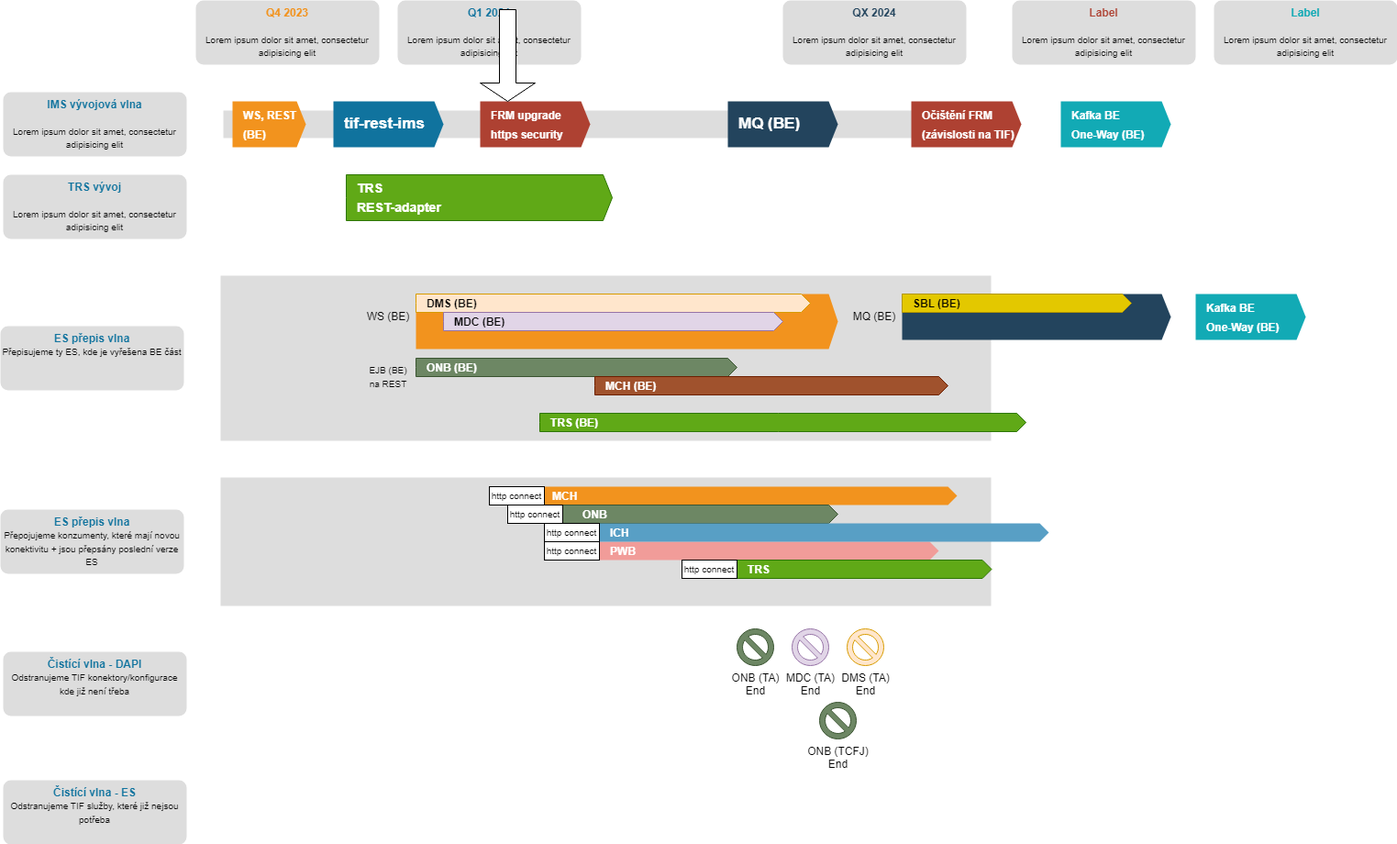
This is tifexit_1.drawio.png from MichalHasekRB/my-Diagrams, a draw.io export, as it was before one commit. Source tidied: cells renumbered, new cells last; positions are measured from the earlier drawing's top-left corner, leaving out a move shared by most shapes. Its diagram source:
```xml
<mxGraphModel>
  <root>
    <mxCell id="0" />
    <mxCell id="1" parent="0" />
    <mxCell id="2" style="fillColor=#dddddd;rounded=0;strokeColor=none;" parent="1" vertex="1">
      <mxGeometry x="243" y="120" width="840" height="30" as="geometry" />
    </mxCell>
    <mxCell id="3" value="tif-rest-ims" style="shape=mxgraph.infographic.ribbonSimple;notch1=0;notch2=10;notch=0;html=1;fillColor=#10739E;strokeColor=none;shadow=0;fontSize=17;fontColor=#FFFFFF;align=left;spacingLeft=10;fontStyle=1;whiteSpace=wrap;" parent="1" vertex="1">
      <mxGeometry x="363" y="110" width="120" height="50" as="geometry" />
    </mxCell>
    <mxCell id="4" value="&lt;font style=&quot;font-size: 12px;&quot;&gt;WS, REST &lt;br&gt;(BE)&lt;/font&gt;" style="shape=mxgraph.infographic.ribbonSimple;notch1=0;notch2=10;notch=0;html=1;fillColor=#F2931E;strokeColor=none;shadow=0;fontSize=17;fontColor=#FFFFFF;align=left;spacingLeft=10;fontStyle=1;whiteSpace=wrap;" parent="1" vertex="1">
      <mxGeometry x="253" y="110" width="80" height="50" as="geometry" />
    </mxCell>
    <mxCell id="5" value="&lt;font style=&quot;font-size: 12px;&quot;&gt;FRM upgrade&lt;br&gt;https security&lt;br&gt;&lt;/font&gt;" style="shape=mxgraph.infographic.ribbonSimple;notch1=0;notch2=10;notch=0;html=1;fillColor=#AE4132;strokeColor=none;shadow=0;fontSize=17;fontColor=#FFFFFF;align=left;spacingLeft=10;fontStyle=1;whiteSpace=wrap;" parent="1" vertex="1">
      <mxGeometry x="523" y="110" width="120" height="50" as="geometry" />
    </mxCell>
    <mxCell id="6" value="MQ (BE)" style="shape=mxgraph.infographic.ribbonSimple;notch1=0;notch2=10;notch=0;html=1;fillColor=#23445D;strokeColor=none;shadow=0;fontSize=17;fontColor=#FFFFFF;align=left;spacingLeft=10;fontStyle=1;whiteSpace=wrap;" parent="1" vertex="1">
      <mxGeometry x="793" y="110" width="120" height="50" as="geometry" />
    </mxCell>
    <mxCell id="7" value="&lt;font style=&quot;font-size: 12px;&quot;&gt;Kafka BE&lt;br&gt;One-Way (BE)&lt;br&gt;&lt;/font&gt;" style="shape=mxgraph.infographic.ribbonSimple;notch1=0;notch2=10;notch=0;html=1;fillColor=#12AAB5;strokeColor=none;shadow=0;fontSize=17;fontColor=#FFFFFF;align=left;spacingLeft=10;fontStyle=1;whiteSpace=wrap;" parent="1" vertex="1">
      <mxGeometry x="1156" y="110" width="120" height="50" as="geometry" />
    </mxCell>
    <mxCell id="8" value="&lt;font style=&quot;font-size: 10px&quot;&gt;&lt;font style=&quot;font-size: 12px&quot; color=&quot;#10739E&quot;&gt;&lt;b&gt;Q1 2024&lt;/b&gt;&lt;/font&gt;&lt;br&gt;&lt;br&gt;&lt;font size=&quot;1&quot;&gt;Lorem ipsum dolor sit amet, consectetur adipisicing elit&lt;/font&gt;&lt;/font&gt;" style="rounded=1;strokeColor=none;fillColor=#DDDDDD;align=center;arcSize=12;verticalAlign=top;whiteSpace=wrap;html=1;fontSize=12;" parent="1" vertex="1">
      <mxGeometry x="433" width="200" height="70" as="geometry" />
    </mxCell>
    <mxCell id="9" value="&lt;font style=&quot;font-size: 10px&quot;&gt;&lt;font style=&quot;font-size: 12px&quot; color=&quot;#F2931E&quot;&gt;&lt;b&gt;Q4 2023&lt;/b&gt;&lt;/font&gt;&lt;br&gt;&lt;br&gt;&lt;font size=&quot;1&quot;&gt;Lorem ipsum dolor sit amet, consectetur adipisicing elit&lt;/font&gt;&lt;/font&gt;" style="rounded=1;strokeColor=none;fillColor=#DDDDDD;align=center;arcSize=12;verticalAlign=top;whiteSpace=wrap;html=1;fontSize=12;" parent="1" vertex="1">
      <mxGeometry x="213" width="200" height="70" as="geometry" />
    </mxCell>
    <mxCell id="10" value="&lt;font style=&quot;font-size: 10px&quot;&gt;&lt;font style=&quot;font-size: 12px&quot; color=&quot;#AE4132&quot;&gt;&lt;b&gt;Label&lt;/b&gt;&lt;/font&gt;&lt;br&gt;&lt;br&gt;&lt;font size=&quot;1&quot;&gt;Lorem ipsum dolor sit amet, consectetur adipisicing elit&lt;/font&gt;&lt;/font&gt;" style="rounded=1;strokeColor=none;fillColor=#DDDDDD;align=center;arcSize=12;verticalAlign=top;whiteSpace=wrap;html=1;fontSize=12;" parent="1" vertex="1">
      <mxGeometry x="1103" width="200" height="70" as="geometry" />
    </mxCell>
    <mxCell id="11" value="&lt;font style=&quot;font-size: 10px&quot;&gt;&lt;font style=&quot;font-size: 12px&quot; color=&quot;#23445D&quot;&gt;&lt;b&gt;QX 2024&lt;/b&gt;&lt;/font&gt;&lt;br&gt;&lt;br&gt;&lt;font size=&quot;1&quot;&gt;Lorem ipsum dolor sit amet, consectetur adipisicing elit&lt;/font&gt;&lt;/font&gt;" style="rounded=1;strokeColor=none;fillColor=#DDDDDD;align=center;arcSize=12;verticalAlign=top;whiteSpace=wrap;html=1;fontSize=12;" parent="1" vertex="1">
      <mxGeometry x="853" width="200" height="70" as="geometry" />
    </mxCell>
    <mxCell id="12" value="&lt;font style=&quot;font-size: 10px&quot;&gt;&lt;font style=&quot;font-size: 12px&quot; color=&quot;#12AAB5&quot;&gt;&lt;b&gt;Label&lt;/b&gt;&lt;/font&gt;&lt;br&gt;&lt;br&gt;&lt;font size=&quot;1&quot;&gt;Lorem ipsum dolor sit amet, consectetur adipisicing elit&lt;/font&gt;&lt;/font&gt;" style="rounded=1;strokeColor=none;fillColor=#DDDDDD;align=center;arcSize=12;verticalAlign=top;whiteSpace=wrap;html=1;fontSize=12;" parent="1" vertex="1">
      <mxGeometry x="1323" width="200" height="70" as="geometry" />
    </mxCell>
    <mxCell id="13" value="&lt;font style=&quot;font-size: 10px&quot;&gt;&lt;font style=&quot;font-size: 12px&quot; color=&quot;#10739E&quot;&gt;&lt;b&gt;IMS vývojová vlna&lt;/b&gt;&lt;/font&gt;&lt;br&gt;&lt;br&gt;&lt;font size=&quot;1&quot;&gt;Lorem ipsum dolor sit amet, consectetur adipisicing elit&lt;/font&gt;&lt;/font&gt;" style="rounded=1;strokeColor=none;fillColor=#DDDDDD;align=center;arcSize=12;verticalAlign=top;whiteSpace=wrap;html=1;fontSize=12;" parent="1" vertex="1">
      <mxGeometry x="3" y="100" width="200" height="70" as="geometry" />
    </mxCell>
    <mxCell id="14" style="fillColor=#dddddd;rounded=0;strokeColor=none;" parent="1" vertex="1">
      <mxGeometry x="240" y="300" width="840" height="180" as="geometry" />
    </mxCell>
    <mxCell id="15" value="&lt;font style=&quot;font-size: 14px;&quot;&gt;TRS&lt;br&gt;REST-adapter&lt;/font&gt;" style="shape=mxgraph.infographic.ribbonSimple;notch1=0;notch2=10;notch=0;html=1;fillColor=#60a917;strokeColor=#2D7600;shadow=0;fontSize=17;fontColor=#ffffff;align=left;spacingLeft=10;fontStyle=1;whiteSpace=wrap;" parent="1" vertex="1">
      <mxGeometry x="377" y="190" width="290" height="50" as="geometry" />
    </mxCell>
    <mxCell id="16" style="shape=mxgraph.infographic.ribbonSimple;notch1=0;notch2=10;notch=0;html=1;fillColor=#F2931E;strokeColor=none;shadow=0;fontSize=17;fontColor=#FFFFFF;align=left;spacingLeft=10;fontStyle=1;whiteSpace=wrap;" parent="1" vertex="1">
      <mxGeometry x="453" y="320" width="460" height="60" as="geometry" />
    </mxCell>
    <mxCell id="17" style="shape=mxgraph.infographic.ribbonSimple;notch1=0;notch2=10;notch=0;html=1;fillColor=#23445D;strokeColor=none;shadow=0;fontSize=17;fontColor=#FFFFFF;align=left;spacingLeft=10;fontStyle=1;whiteSpace=wrap;" parent="1" vertex="1">
      <mxGeometry x="983" y="320" width="293" height="50" as="geometry" />
    </mxCell>
    <mxCell id="18" value="&lt;font style=&quot;font-size: 12px;&quot;&gt;Kafka BE&lt;br&gt;One-Way (BE)&lt;br&gt;&lt;/font&gt;" style="shape=mxgraph.infographic.ribbonSimple;notch1=0;notch2=10;notch=0;html=1;fillColor=#12AAB5;strokeColor=none;shadow=0;fontSize=17;fontColor=#FFFFFF;align=left;spacingLeft=10;fontStyle=1;whiteSpace=wrap;" parent="1" vertex="1">
      <mxGeometry x="1303" y="320" width="120" height="50" as="geometry" />
    </mxCell>
    <mxCell id="19" value="&lt;font style=&quot;&quot;&gt;&lt;font color=&quot;#10739e&quot;&gt;&lt;b&gt;ES přepis vlna&lt;/b&gt;&lt;/font&gt;&lt;br&gt;&lt;font style=&quot;font-size: 10px;&quot; size=&quot;1&quot;&gt;Přepisujeme ty ES, kde je vyřešena BE část&lt;/font&gt;&lt;/font&gt;" style="rounded=1;strokeColor=none;fillColor=#DDDDDD;align=center;arcSize=12;verticalAlign=top;whiteSpace=wrap;html=1;fontSize=12;" parent="1" vertex="1">
      <mxGeometry y="355" width="200" height="70" as="geometry" />
    </mxCell>
    <mxCell id="20" style="fillColor=#dddddd;rounded=0;strokeColor=none;" parent="1" vertex="1">
      <mxGeometry x="240" y="520" width="840" height="140" as="geometry" />
    </mxCell>
    <mxCell id="21" value="&lt;font style=&quot;&quot;&gt;&lt;font color=&quot;#10739e&quot;&gt;&lt;b&gt;ES přepis vlna&lt;/b&gt;&lt;/font&gt;&lt;br&gt;&lt;span style=&quot;font-size: 10px;&quot;&gt;Přepojujeme konzumenty, které mají novou konektivitu + jsou přepsány poslední verze ES&lt;/span&gt;&lt;br&gt;&lt;/font&gt;" style="rounded=1;strokeColor=none;fillColor=#DDDDDD;align=center;arcSize=12;verticalAlign=top;whiteSpace=wrap;html=1;fontSize=12;" parent="1" vertex="1">
      <mxGeometry y="555" width="200" height="70" as="geometry" />
    </mxCell>
    <mxCell id="22" value="&lt;font style=&quot;&quot;&gt;&lt;font color=&quot;#10739e&quot;&gt;&lt;b&gt;Čistící vlna - DAPI&lt;/b&gt;&lt;/font&gt;&lt;br&gt;&lt;span style=&quot;font-size: 10px;&quot;&gt;Odstranujeme TIF konektory/konfigurace kde již není třeba&lt;/span&gt;&lt;br&gt;&lt;/font&gt;" style="rounded=1;strokeColor=none;fillColor=#DDDDDD;align=center;arcSize=12;verticalAlign=top;whiteSpace=wrap;html=1;fontSize=12;" parent="1" vertex="1">
      <mxGeometry x="3" y="710" width="200" height="70" as="geometry" />
    </mxCell>
    <mxCell id="23" value="&lt;font style=&quot;&quot;&gt;&lt;font color=&quot;#10739e&quot;&gt;&lt;b&gt;Čistící vlna - ES&lt;/b&gt;&lt;/font&gt;&lt;br&gt;&lt;span style=&quot;font-size: 10px;&quot;&gt;Odstranujeme TIF služby, které již nejsou potřeba&lt;/span&gt;&lt;br&gt;&lt;/font&gt;" style="rounded=1;strokeColor=none;fillColor=#DDDDDD;align=center;arcSize=12;verticalAlign=top;whiteSpace=wrap;html=1;fontSize=12;" parent="1" vertex="1">
      <mxGeometry x="3" y="850" width="200" height="70" as="geometry" />
    </mxCell>
    <mxCell id="24" value="&lt;font style=&quot;font-size: 12px;&quot;&gt;Očištění FRM&lt;br&gt;(závislosti na TIF)&lt;br&gt;&lt;/font&gt;" style="shape=mxgraph.infographic.ribbonSimple;notch1=0;notch2=10;notch=0;html=1;fillColor=#AE4132;strokeColor=none;shadow=0;fontSize=17;fontColor=#FFFFFF;align=left;spacingLeft=10;fontStyle=1;whiteSpace=wrap;" parent="1" vertex="1">
      <mxGeometry x="993" y="110" width="120" height="50" as="geometry" />
    </mxCell>
    <mxCell id="25" value="&lt;font style=&quot;&quot;&gt;&lt;font color=&quot;#10739e&quot;&gt;&lt;b&gt;TRS vývoj&lt;/b&gt;&lt;/font&gt;&lt;br&gt;&lt;br&gt;&lt;font style=&quot;font-size: 10px;&quot; size=&quot;1&quot;&gt;Lorem ipsum dolor sit amet, consectetur adipisicing elit&lt;/font&gt;&lt;/font&gt;" style="rounded=1;strokeColor=none;fillColor=#DDDDDD;align=center;arcSize=12;verticalAlign=top;whiteSpace=wrap;html=1;fontSize=12;" parent="1" vertex="1">
      <mxGeometry x="3" y="190" width="200" height="70" as="geometry" />
    </mxCell>
    <mxCell id="26" value="WS (BE)" style="text;html=1;strokeColor=none;fillColor=none;align=center;verticalAlign=middle;whiteSpace=wrap;rounded=0;" parent="1" vertex="1">
      <mxGeometry x="393" y="330" width="60" height="30" as="geometry" />
    </mxCell>
    <mxCell id="27" value="&lt;span style=&quot;font-size: 12px;&quot;&gt;DMS (BE)&lt;/span&gt;" style="shape=mxgraph.infographic.ribbonSimple;notch1=0;notch2=10;notch=0;html=1;fillColor=#ffe6cc;strokeColor=#d79b00;shadow=0;fontSize=17;align=left;spacingLeft=10;fontStyle=1;whiteSpace=wrap;" parent="1" vertex="1">
      <mxGeometry x="453" y="320" width="430" height="20" as="geometry" />
    </mxCell>
    <mxCell id="28" value="&lt;span style=&quot;font-size: 12px;&quot;&gt;MDC (BE)&lt;/span&gt;" style="shape=mxgraph.infographic.ribbonSimple;notch1=0;notch2=10;notch=0;html=1;shadow=0;fontSize=17;align=left;spacingLeft=10;fontStyle=1;whiteSpace=wrap;fillColor=#e1d5e7;strokeColor=#9673a6;" parent="1" vertex="1">
      <mxGeometry x="483" y="340" width="370" height="20" as="geometry" />
    </mxCell>
    <mxCell id="29" value="&lt;span style=&quot;font-size: 12px;&quot;&gt;SBL (BE)&lt;/span&gt;" style="shape=mxgraph.infographic.ribbonSimple;notch1=0;notch2=10;notch=0;html=1;fillColor=#e3c800;strokeColor=#B09500;shadow=0;fontSize=17;fontColor=#000000;align=left;spacingLeft=10;fontStyle=1;whiteSpace=wrap;" parent="1" vertex="1">
      <mxGeometry x="983" y="320" width="250" height="20" as="geometry" />
    </mxCell>
    <mxCell id="30" value="&lt;span style=&quot;font-size: 12px;&quot;&gt;ONB (BE)&lt;/span&gt;" style="shape=mxgraph.infographic.ribbonSimple;notch1=0;notch2=10;notch=0;html=1;fillColor=#6d8764;strokeColor=#3A5431;shadow=0;fontSize=17;fontColor=#ffffff;align=left;spacingLeft=10;fontStyle=1;whiteSpace=wrap;" parent="1" vertex="1">
      <mxGeometry x="453" y="390" width="350" height="20" as="geometry" />
    </mxCell>
    <mxCell id="31" value="&lt;span style=&quot;font-size: 12px;&quot;&gt;TRS (BE)&lt;/span&gt;" style="shape=mxgraph.infographic.ribbonSimple;notch1=0;notch2=10;notch=0;html=1;fillColor=#60a917;strokeColor=#2D7600;shadow=0;fontSize=17;align=left;spacingLeft=10;fontStyle=1;whiteSpace=wrap;fontColor=#ffffff;" parent="1" vertex="1">
      <mxGeometry x="588" y="450" width="530" height="20" as="geometry" />
    </mxCell>
    <mxCell id="32" value="&lt;font style=&quot;font-size: 10px;&quot;&gt;EJB (BE)&lt;br&gt;na REST&lt;/font&gt;" style="text;html=1;strokeColor=none;fillColor=none;align=center;verticalAlign=middle;whiteSpace=wrap;rounded=0;" parent="1" vertex="1">
      <mxGeometry x="393" y="395" width="60" height="30" as="geometry" />
    </mxCell>
    <mxCell id="33" value="MQ (BE)" style="text;html=1;strokeColor=none;fillColor=none;align=center;verticalAlign=middle;whiteSpace=wrap;rounded=0;" parent="1" vertex="1">
      <mxGeometry x="923" y="330" width="60" height="30" as="geometry" />
    </mxCell>
    <mxCell id="34" value="&lt;span style=&quot;font-size: 12px;&quot;&gt;MCH&lt;/span&gt;" style="shape=mxgraph.infographic.ribbonSimple;notch1=0;notch2=10;notch=0;html=1;fillColor=#F2931E;strokeColor=none;shadow=0;fontSize=17;fontColor=#FFFFFF;align=left;spacingLeft=10;fontStyle=1;whiteSpace=wrap;" parent="1" vertex="1">
      <mxGeometry x="589.8" y="530" width="453.3" height="20" as="geometry" />
    </mxCell>
    <mxCell id="35" value="&lt;span style=&quot;font-size: 12px;&quot;&gt;&amp;nbsp; &amp;nbsp;ONB&lt;/span&gt;" style="shape=mxgraph.infographic.ribbonSimple;notch1=0;notch2=10;notch=0;html=1;fillColor=#6d8764;strokeColor=#3A5431;shadow=0;fontSize=17;fontColor=#ffffff;align=left;spacingLeft=10;fontStyle=1;whiteSpace=wrap;" parent="1" vertex="1">
      <mxGeometry x="613" y="550" width="300" height="20" as="geometry" />
    </mxCell>
    <mxCell id="36" value="&lt;span style=&quot;font-size: 12px;&quot;&gt;PWB&lt;/span&gt;" style="shape=mxgraph.infographic.ribbonSimple;notch1=0;notch2=10;notch=0;html=1;fillColor=#F19C99;strokeColor=none;shadow=0;fontSize=17;fontColor=#FFFFFF;align=left;spacingLeft=10;fontStyle=1;whiteSpace=wrap;" parent="1" vertex="1">
      <mxGeometry x="653" y="590" width="370" height="20" as="geometry" />
    </mxCell>
    <mxCell id="37" value="&lt;span style=&quot;font-size: 12px;&quot;&gt;ICH&lt;/span&gt;" style="shape=mxgraph.infographic.ribbonSimple;notch1=0;notch2=10;notch=0;html=1;fillColor=#589fc5;strokeColor=none;shadow=0;fontSize=17;fontColor=#FFFFFF;align=left;spacingLeft=10;fontStyle=1;whiteSpace=wrap;" parent="1" vertex="1">
      <mxGeometry x="653" y="570" width="490" height="20" as="geometry" />
    </mxCell>
    <mxCell id="38" value="&lt;span style=&quot;font-size: 12px;&quot;&gt;TRS&lt;/span&gt;" style="shape=mxgraph.infographic.ribbonSimple;notch1=0;notch2=10;notch=0;html=1;fillColor=#60a917;strokeColor=#2D7600;shadow=0;fontSize=17;align=left;spacingLeft=10;fontStyle=1;whiteSpace=wrap;fontColor=#ffffff;" parent="1" vertex="1">
      <mxGeometry x="803" y="610" width="277.5" height="20" as="geometry" />
    </mxCell>
    <mxCell id="39" value="&lt;font style=&quot;font-size: 10px;&quot;&gt;http connect&lt;/font&gt;" style="rounded=0;whiteSpace=wrap;html=1;" parent="1" vertex="1">
      <mxGeometry x="533" y="530" width="60" height="20" as="geometry" />
    </mxCell>
    <mxCell id="40" value="&lt;font style=&quot;font-size: 10px;&quot;&gt;http connect&lt;/font&gt;" style="rounded=0;whiteSpace=wrap;html=1;" parent="1" vertex="1">
      <mxGeometry x="553" y="550" width="60" height="20" as="geometry" />
    </mxCell>
    <mxCell id="41" value="&lt;font style=&quot;font-size: 10px;&quot;&gt;http connect&lt;/font&gt;" style="rounded=0;whiteSpace=wrap;html=1;" parent="1" vertex="1">
      <mxGeometry x="593" y="570" width="60" height="20" as="geometry" />
    </mxCell>
    <mxCell id="42" value="&lt;font style=&quot;font-size: 10px;&quot;&gt;http connect&lt;/font&gt;" style="rounded=0;whiteSpace=wrap;html=1;" parent="1" vertex="1">
      <mxGeometry x="593" y="590" width="60" height="20" as="geometry" />
    </mxCell>
    <mxCell id="43" value="&lt;font style=&quot;font-size: 10px;&quot;&gt;http connect&lt;/font&gt;" style="rounded=0;whiteSpace=wrap;html=1;" parent="1" vertex="1">
      <mxGeometry x="743" y="610" width="60" height="20" as="geometry" />
    </mxCell>
    <mxCell id="44" value="&lt;span style=&quot;font-size: 12px;&quot;&gt;MCH (BE)&lt;/span&gt;" style="shape=mxgraph.infographic.ribbonSimple;notch1=0;notch2=10;notch=0;html=1;fillColor=#a0522d;strokeColor=#6D1F00;shadow=0;fontSize=17;align=left;spacingLeft=10;fontStyle=1;whiteSpace=wrap;fontColor=#ffffff;" parent="1" vertex="1">
      <mxGeometry x="648" y="410" width="385" height="20" as="geometry" />
    </mxCell>
    <mxCell id="45" value="DMS (TA)&lt;br&gt;End" style="verticalLabelPosition=bottom;verticalAlign=top;html=1;shape=mxgraph.basic.no_symbol;fillColor=#ffe6cc;strokeColor=#d79b00;" parent="1" vertex="1">
      <mxGeometry x="923" y="685" width="40" height="40" as="geometry" />
    </mxCell>
    <mxCell id="46" value="MDC (TA)&lt;br&gt;End" style="verticalLabelPosition=bottom;verticalAlign=top;html=1;shape=mxgraph.basic.no_symbol;fillColor=#e1d5e7;strokeColor=#9673a6;" parent="1" vertex="1">
      <mxGeometry x="863" y="685" width="40" height="40" as="geometry" />
    </mxCell>
    <mxCell id="47" value="&lt;font color=&quot;#000000&quot;&gt;ONB (TA)&lt;br&gt;End&lt;/font&gt;" style="verticalLabelPosition=bottom;verticalAlign=top;html=1;shape=mxgraph.basic.no_symbol;fillColor=#6d8764;strokeColor=#3A5431;fontColor=#ffffff;" parent="1" vertex="1">
      <mxGeometry x="803" y="685" width="40" height="40" as="geometry" />
    </mxCell>
    <mxCell id="48" value="&lt;font color=&quot;#000000&quot;&gt;ONB (TCFJ)&lt;br&gt;End&lt;/font&gt;" style="verticalLabelPosition=bottom;verticalAlign=top;html=1;shape=mxgraph.basic.no_symbol;fillColor=#6d8764;strokeColor=#3A5431;fontColor=#ffffff;" parent="1" vertex="1">
      <mxGeometry x="893" y="765" width="40" height="40" as="geometry" />
    </mxCell>
    <mxCell id="49" style="shape=singleArrow;direction=south;whiteSpace=wrap;html=1;" parent="1" vertex="1">
      <mxGeometry x="523" y="10" width="60" height="100" as="geometry" />
    </mxCell>
  </root>
</mxGraphModel>
```
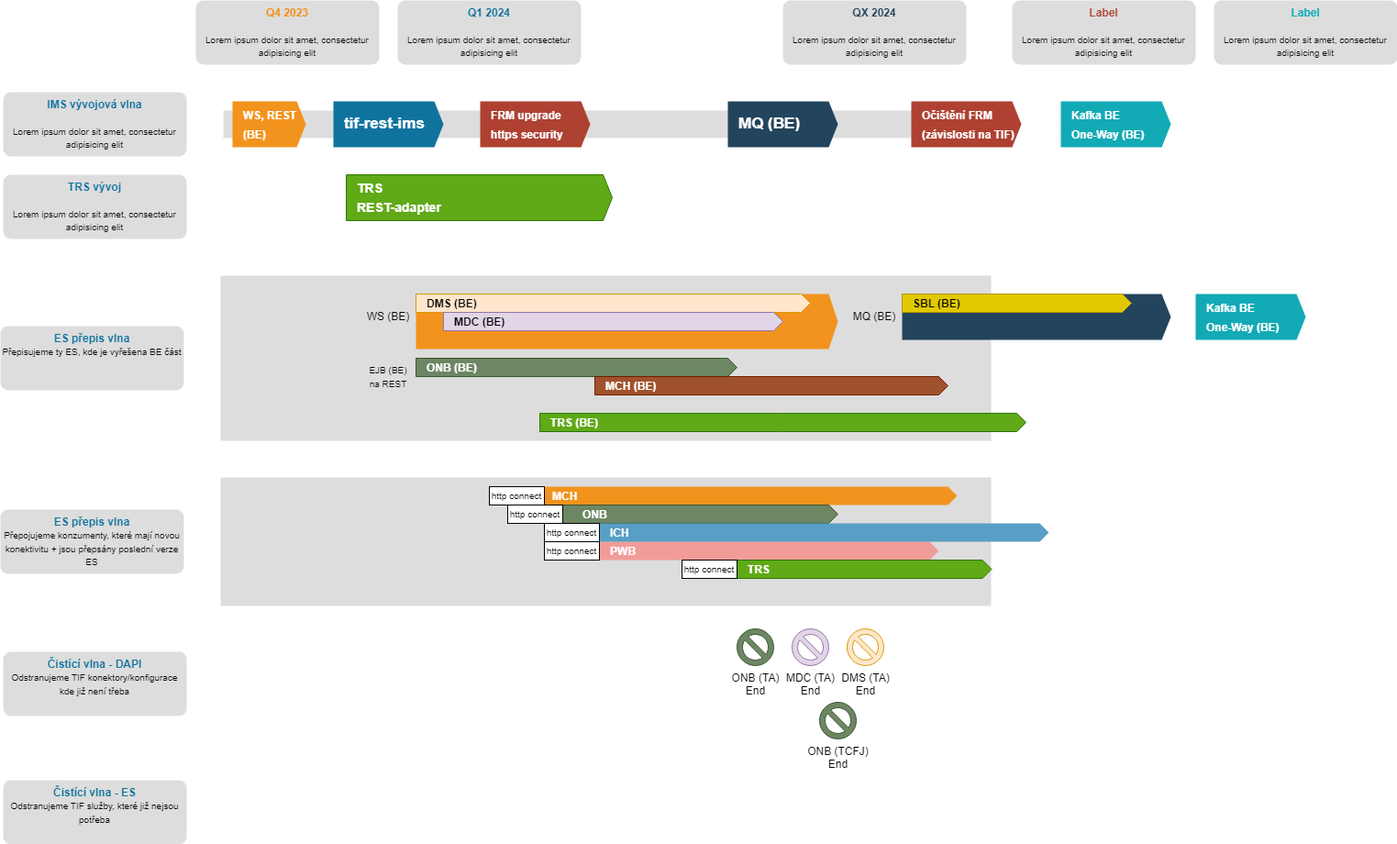
After the commit.

What changed in the source:
```diff
@@ -143,8 +143,5 @@
     <mxCell id="48" value="&lt;font color=&quot;#000000&quot;&gt;ONB (TCFJ)&lt;br&gt;End&lt;/font&gt;" style="verticalLabelPosition=bottom;verticalAlign=top;html=1;shape=mxgraph.basic.no_symbol;fillColor=#6d8764;strokeColor=#3A5431;fontColor=#ffffff;" parent="1" vertex="1">
       <mxGeometry x="893" y="765" width="40" height="40" as="geometry" />
     </mxCell>
-    <mxCell id="49" style="shape=singleArrow;direction=south;whiteSpace=wrap;html=1;" parent="1" vertex="1">
-      <mxGeometry x="523" y="10" width="60" height="100" as="geometry" />
-    </mxCell>
   </root>
 </mxGraphModel>
```
